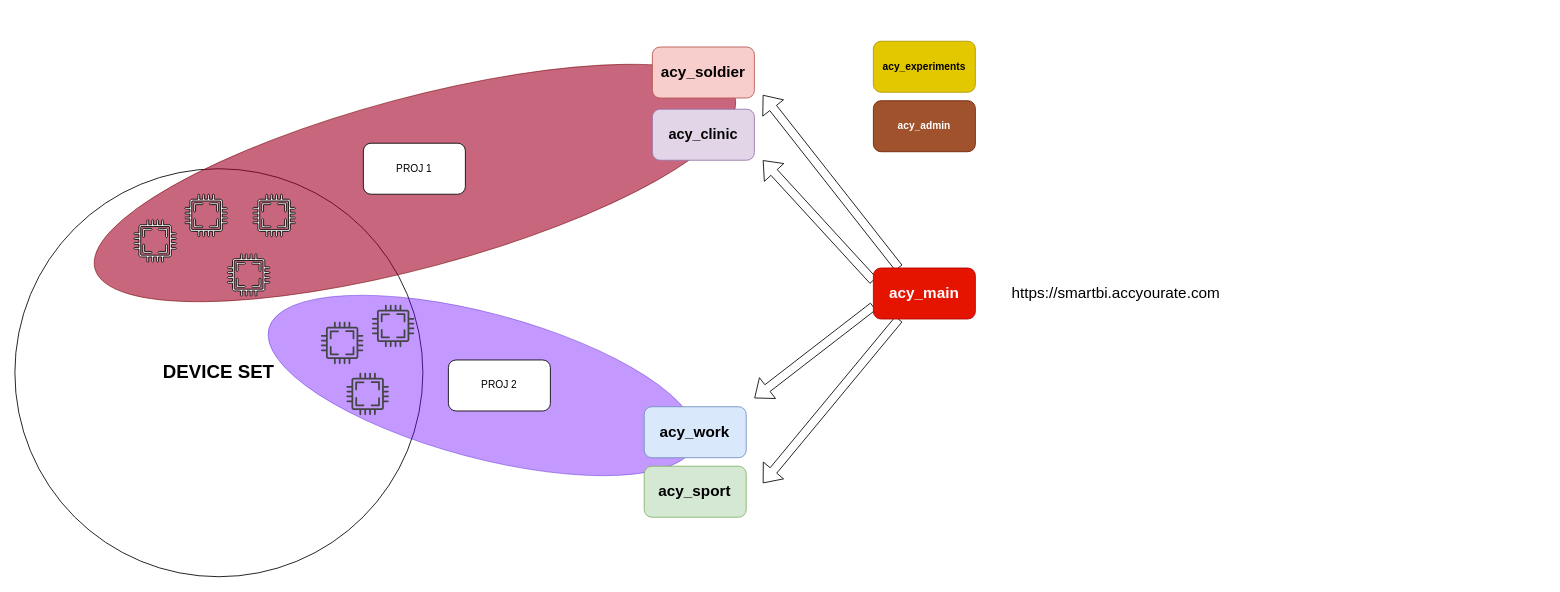
Accyourate-Group-S-p-A/acy_bom keeps this draw.io diagram as smartbi.drawio. Above is the earlier version. Source tidied: cells renumbered, new cells numbered last; positions are measured from the earlier drawing's top-left corner, leaving out a move shared by most shapes. Both pictures are drawn from the tidied source at 85%, with x=0, y=0 at pixel (14, 41).
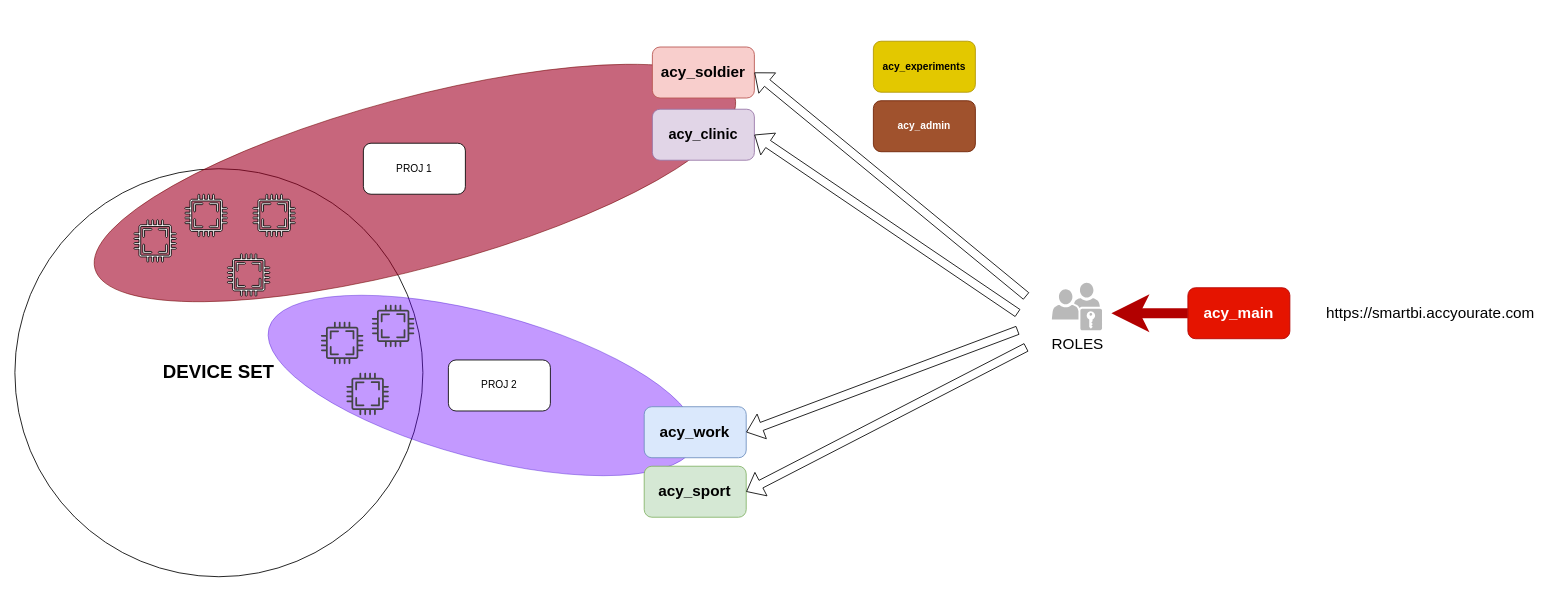
After the change.

The change refers to these unchanged cells:
```xml
<mxCell id="7" value="acy_sport" style="rounded=1;whiteSpace=wrap;html=1;fontStyle=1;fillColor=#d5e8d4;strokeColor=#82b366;fontSize=18;" parent="1" vertex="1">
  <mxGeometry x="740.4" y="500" width="120" height="60" as="geometry" />
</mxCell>
<mxCell id="8" value="acy_clinic" style="rounded=1;whiteSpace=wrap;html=1;fontStyle=1;fillColor=#e1d5e7;strokeColor=#9673a6;fontSize=17;" parent="1" vertex="1">
  <mxGeometry x="750" y="80" width="120" height="60" as="geometry" />
</mxCell>
<mxCell id="9" value="acy_soldier" style="rounded=1;whiteSpace=wrap;html=1;fontStyle=1;fillColor=#f8cecc;strokeColor=#b85450;fontSize=18;" parent="1" vertex="1">
  <mxGeometry x="750" y="6.8" width="120" height="60" as="geometry" />
</mxCell>
<mxCell id="10" value="acy_work" style="rounded=1;whiteSpace=wrap;html=1;fontStyle=1;fillColor=#dae8fc;strokeColor=#6c8ebf;fontSize=18;" parent="1" vertex="1">
  <mxGeometry x="740.4" y="430" width="120" height="60" as="geometry" />
</mxCell>
```

Diff of the diagram source:
```diff
@@
-    <mxCell id="20" style="shape=flexArrow;endArrow=classic;html=1;rounded=0;fontSize=18;exitX=0;exitY=0.25;exitDx=0;exitDy=0;" parent="1" edge="1" source="25">
+    <mxCell id="20" style="shape=flexArrow;endArrow=classic;html=1;rounded=0;fontSize=18;entryX=1;entryY=0.5;entryDx=0;entryDy=0;" parent="1" edge="1" target="8">
       <mxGeometry relative="1" as="geometry">
-        <mxPoint x="880" y="140" as="targetPoint" />
+        <mxPoint x="1180" y="320" as="sourcePoint" />
       </mxGeometry>
     </mxCell>
-    <mxCell id="21" style="shape=flexArrow;endArrow=classic;html=1;rounded=0;fontSize=18;exitX=0.25;exitY=0;exitDx=0;exitDy=0;" parent="1" edge="1" source="25">
+    <mxCell id="21" style="shape=flexArrow;endArrow=classic;html=1;rounded=0;fontSize=18;entryX=1;entryY=0.5;entryDx=0;entryDy=0;" parent="1" edge="1" target="9">
       <mxGeometry relative="1" as="geometry">
-        <mxPoint x="880" y="63.2" as="targetPoint" />
+        <mxPoint x="1190" y="300" as="sourcePoint" />
       </mxGeometry>
     </mxCell>
-    <mxCell id="22" style="shape=flexArrow;endArrow=classic;html=1;rounded=0;fontSize=18;exitX=0;exitY=0.75;exitDx=0;exitDy=0;" parent="1" edge="1" source="25">
+    <mxCell id="22" style="shape=flexArrow;endArrow=classic;html=1;rounded=0;fontSize=18;entryX=1;entryY=0.5;entryDx=0;entryDy=0;" parent="1" edge="1" target="10">
       <mxGeometry relative="1" as="geometry">
-        <mxPoint x="870" y="420" as="targetPoint" />
+        <mxPoint x="1180" y="340" as="sourcePoint" />
       </mxGeometry>
     </mxCell>
-    <mxCell id="23" style="shape=flexArrow;endArrow=classic;html=1;rounded=0;fontSize=18;exitX=0.25;exitY=1;exitDx=0;exitDy=0;" parent="1" edge="1" source="25">
+    <mxCell id="23" style="shape=flexArrow;endArrow=classic;html=1;rounded=0;fontSize=18;entryX=1;entryY=0.5;entryDx=0;entryDy=0;" parent="1" edge="1" target="7">
       <mxGeometry relative="1" as="geometry">
-        <mxPoint x="880" y="520" as="targetPoint" />
+        <mxPoint x="1190" y="360" as="sourcePoint" />
       </mxGeometry>
     </mxCell>
     <mxCell id="24" value="https://smartbi.accyourate.com" style="text;html=1;align=center;verticalAlign=middle;strokeColor=none;fillColor=none;fontSize=18;" parent="1" vertex="1">
-      <mxGeometry x="1160" y="276.8" width="270" height="40" as="geometry" />
+      <mxGeometry x="1530" y="300" width="270" height="40" as="geometry" />
     </mxCell>
+    <mxCell id="26" style="edgeStyle=orthogonalEdgeStyle;rounded=0;jettySize=auto;html=1;fontSize=18;strokeWidth=12;fillColor=#e51400;strokeColor=#B20000;" parent="1" edge="1" source="25">
+      <mxGeometry relative="1" as="geometry">
+        <mxPoint x="1290" y="320" as="targetPoint" />
+      </mxGeometry>
+    </mxCell>
     <mxCell id="25" value="acy_main" style="rounded=1;whiteSpace=wrap;html=1;fontStyle=1;fontSize=18;fillColor=#e51400;fontColor=#ffffff;strokeColor=#B20000;" parent="1" vertex="1">
-      <mxGeometry x="1010" y="266.8" width="120" height="60" as="geometry" />
+      <mxGeometry x="1380" y="290" width="120" height="60" as="geometry" />
     </mxCell>
+    <mxCell id="27" value="ROLES" style="sketch=0;shadow=0;dashed=0;html=1;strokeColor=none;fillColor=#505050;labelPosition=center;verticalLabelPosition=bottom;verticalAlign=top;align=center;shape=mxgraph.office.users.role_group;fontSize=18;opacity=40;" parent="1" vertex="1">
+      <mxGeometry x="1220" y="284" width="59" height="56" as="geometry" />
+    </mxCell>
```
